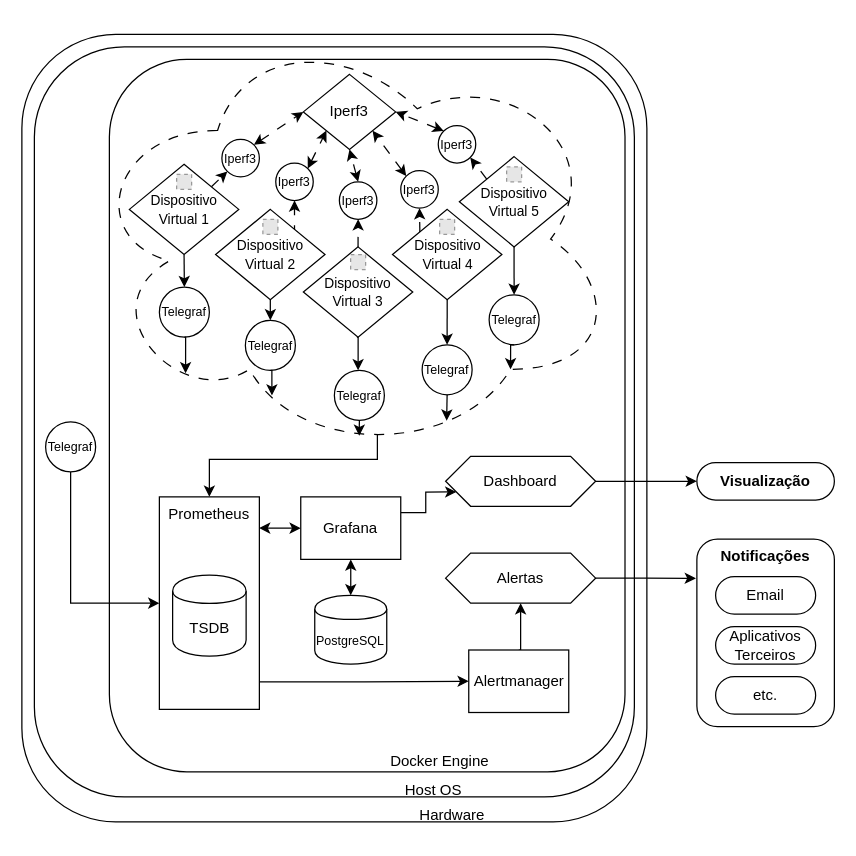
Earlier version of the draw.io diagram texto/Diagrams/v4-prometheus/v4_final_diagram_all_components.drawio (vitorco7/saturmon). Source tidied: cells renumbered, new cells numbered last; positions are measured from the earlier drawing's top-left corner, leaving out a move shared by most shapes. Both pictures are drawn from the tidied source at 125%, with x=0, y=0 at pixel (21, 21). Pictures stored in the file or linked from it are replaced by grey dashed boxes.
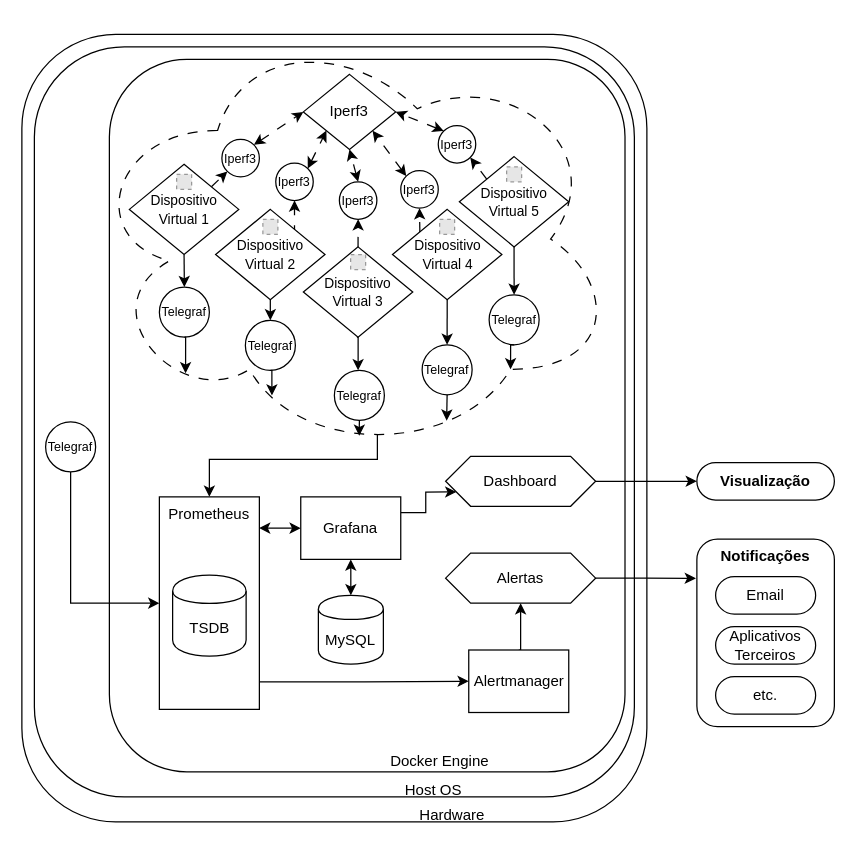
Above is the later version.

Diff of the diagram source:
```diff
@@
-    <mxCell id="55" value="PostgreSQL" style="shape=cylinder;whiteSpace=wrap;html=1;boundedLbl=1;backgroundOutline=1;shadow=0;fontSize=10;" parent="1" vertex="1">
-      <mxGeometry x="234.3" y="458.8" width="57.6" height="55" as="geometry" />
+    <mxCell id="55" value="MySQL" style="shape=cylinder;whiteSpace=wrap;html=1;boundedLbl=1;backgroundOutline=1;shadow=0;fontSize=12;" parent="1" vertex="1">
+      <mxGeometry x="237.2" y="458.8" width="52" height="55" as="geometry" />
     </mxCell>
```
